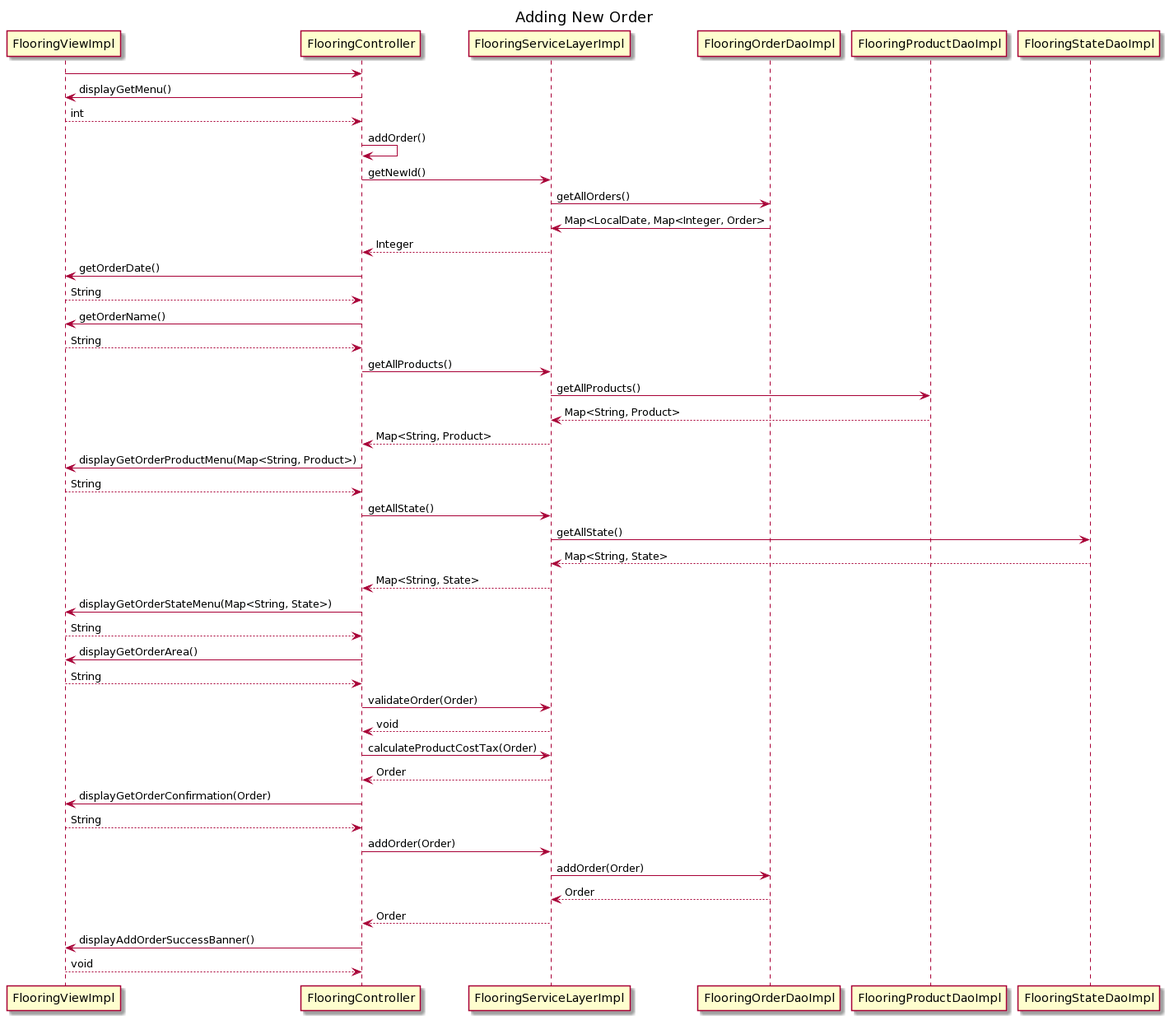
Above: UML/FloorPlanning/FloorPlanningSequenceDiagramAddOrder.png in rtdonin/JavaClasswork (PlantUML), before the change. Its diagram source:
```plantuml
@startuml



Title Adding New Order

FlooringViewImpl -> FlooringController
FlooringController -> FlooringViewImpl : displayGetMenu()
FlooringViewImpl --> FlooringController : int
FlooringController -> FlooringController : addOrder()
FlooringController -> FlooringServiceLayerImpl : getNewId()
FlooringServiceLayerImpl -> FlooringOrderDaoImpl : getAllOrders()
FlooringOrderDaoImpl -> FlooringServiceLayerImpl : Map<LocalDate, Map<Integer, Order>
FlooringServiceLayerImpl --> FlooringController : Integer
FlooringController -> FlooringViewImpl : getOrderDate()
FlooringViewImpl --> FlooringController : String
FlooringController -> FlooringViewImpl : getOrderName()
FlooringViewImpl --> FlooringController : String
FlooringController -> FlooringServiceLayerImpl : getAllProducts()
FlooringServiceLayerImpl -> FlooringProductDaoImpl : getAllProducts()
FlooringProductDaoImpl --> FlooringServiceLayerImpl : Map<String, Product>
FlooringServiceLayerImpl --> FlooringController : Map<String, Product>
FlooringController -> FlooringViewImpl : displayGetOrderProductMenu(Map<String, Product>)
FlooringViewImpl --> FlooringController : String
FlooringController -> FlooringServiceLayerImpl : getAllState()
FlooringServiceLayerImpl -> FlooringStateDaoImpl : getAllState()
FlooringStateDaoImpl --> FlooringServiceLayerImpl : Map<String, State>
FlooringServiceLayerImpl --> FlooringController : Map<String, State>
FlooringController -> FlooringViewImpl : displayGetOrderStateMenu(Map<String, State>)
FlooringViewImpl --> FlooringController : String
FlooringController -> FlooringViewImpl : displayGetOrderArea()
FlooringViewImpl --> FlooringController : String
FlooringController -> FlooringServiceLayerImpl : validateOrder(Order)
FlooringServiceLayerImpl --> FlooringController : void
FlooringController -> FlooringServiceLayerImpl : calculateProductCostTax(Order)
FlooringServiceLayerImpl --> FlooringController : Order
FlooringController -> FlooringViewImpl : displayGetOrderConfirmation(Order)
FlooringViewImpl --> FlooringController : String
FlooringController -> FlooringServiceLayerImpl : addOrder(Order)
FlooringServiceLayerImpl -> FlooringOrderDaoImpl : addOrder(Order)
FlooringOrderDaoImpl --> FlooringServiceLayerImpl : Order
FlooringServiceLayerImpl --> FlooringController : Order
FlooringController -> FlooringViewImpl : displayAddOrderSuccessBanner()
FlooringViewImpl --> FlooringController : void
@enduml
```
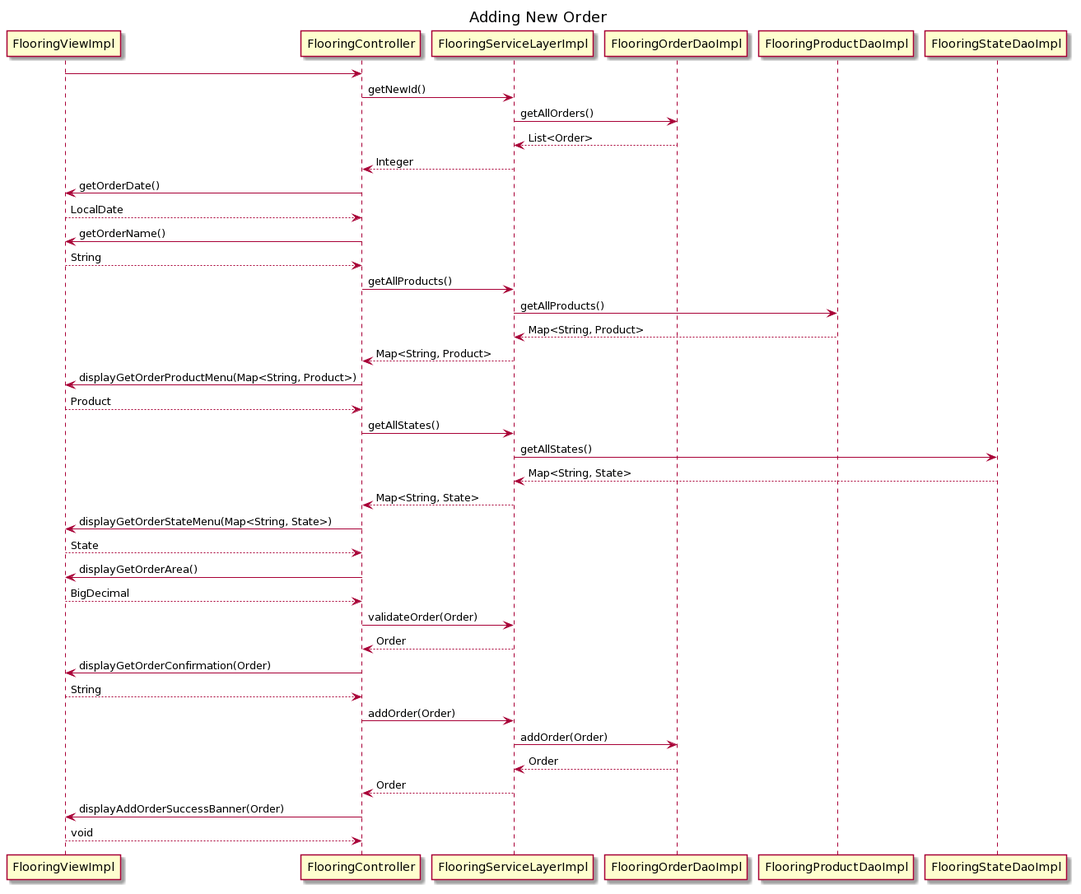
After the change.

Diff of the diagram source:
```diff
@@ -5,15 +5,12 @@
 Title Adding New Order
 
 FlooringViewImpl -> FlooringController
-FlooringController -> FlooringViewImpl : displayGetMenu()
-FlooringViewImpl --> FlooringController : int
-FlooringController -> FlooringController : addOrder()
 FlooringController -> FlooringServiceLayerImpl : getNewId()
 FlooringServiceLayerImpl -> FlooringOrderDaoImpl : getAllOrders()
-FlooringOrderDaoImpl -> FlooringServiceLayerImpl : Map<LocalDate, Map<Integer, Order>
+FlooringOrderDaoImpl --> FlooringServiceLayerImpl : List<Order>
 FlooringServiceLayerImpl --> FlooringController : Integer
 FlooringController -> FlooringViewImpl : getOrderDate()
-FlooringViewImpl --> FlooringController : String
+FlooringViewImpl --> FlooringController : LocalDate
 FlooringController -> FlooringViewImpl : getOrderName()
 FlooringViewImpl --> FlooringController : String
 FlooringController -> FlooringServiceLayerImpl : getAllProducts()
@@ -21,18 +18,16 @@
 FlooringProductDaoImpl --> FlooringServiceLayerImpl : Map<String, Product>
 FlooringServiceLayerImpl --> FlooringController : Map<String, Product>
 FlooringController -> FlooringViewImpl : displayGetOrderProductMenu(Map<String, Product>)
-FlooringViewImpl --> FlooringController : String
-FlooringController -> FlooringServiceLayerImpl : getAllState()
-FlooringServiceLayerImpl -> FlooringStateDaoImpl : getAllState()
+FlooringViewImpl --> FlooringController : Product
+FlooringController -> FlooringServiceLayerImpl : getAllStates()
+FlooringServiceLayerImpl -> FlooringStateDaoImpl : getAllStates()
 FlooringStateDaoImpl --> FlooringServiceLayerImpl : Map<String, State>
 FlooringServiceLayerImpl --> FlooringController : Map<String, State>
 FlooringController -> FlooringViewImpl : displayGetOrderStateMenu(Map<String, State>)
-FlooringViewImpl --> FlooringController : String
+FlooringViewImpl --> FlooringController : State
 FlooringController -> FlooringViewImpl : displayGetOrderArea()
-FlooringViewImpl --> FlooringController : String
+FlooringViewImpl --> FlooringController : BigDecimal
 FlooringController -> FlooringServiceLayerImpl : validateOrder(Order)
-FlooringServiceLayerImpl --> FlooringController : void
-FlooringController -> FlooringServiceLayerImpl : calculateProductCostTax(Order)
 FlooringServiceLayerImpl --> FlooringController : Order
 FlooringController -> FlooringViewImpl : displayGetOrderConfirmation(Order)
 FlooringViewImpl --> FlooringController : String
@@ -40,6 +35,6 @@
 FlooringServiceLayerImpl -> FlooringOrderDaoImpl : addOrder(Order)
 FlooringOrderDaoImpl --> FlooringServiceLayerImpl : Order
 FlooringServiceLayerImpl --> FlooringController : Order
-FlooringController -> FlooringViewImpl : displayAddOrderSuccessBanner()
+FlooringController -> FlooringViewImpl : displayAddOrderSuccessBanner(Order)
 FlooringViewImpl --> FlooringController : void
 @enduml
```
